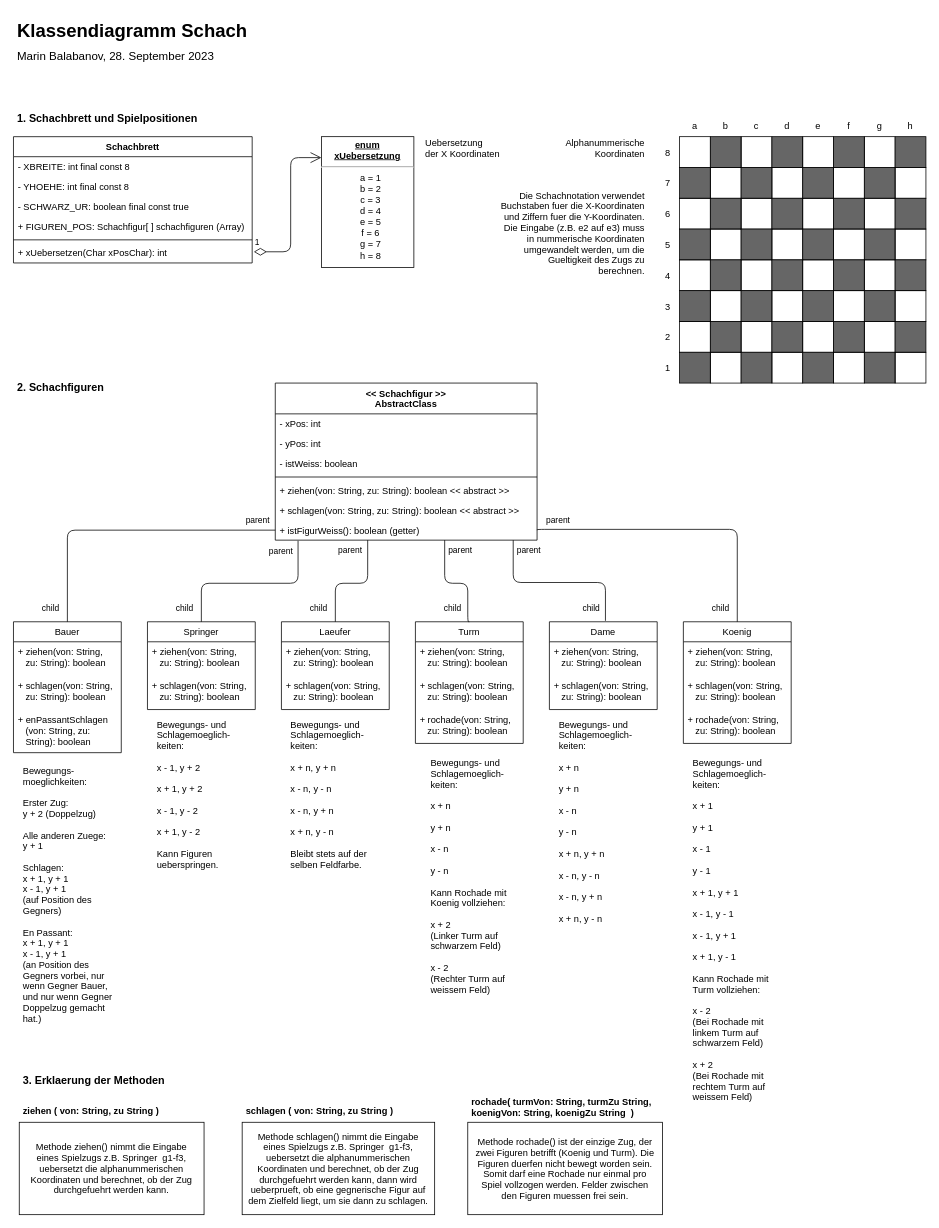
Above: ChessUML.drawio in mbalabanov/ChessUML (draw.io), before the change. Source tidied: cells renumbered, new cells numbered last; positions are measured from the earlier drawing's top-left corner, leaving out a move shared by most shapes. Both pictures are drawn from the tidied source at 77%, with x=0, y=0 at pixel (13, 13).
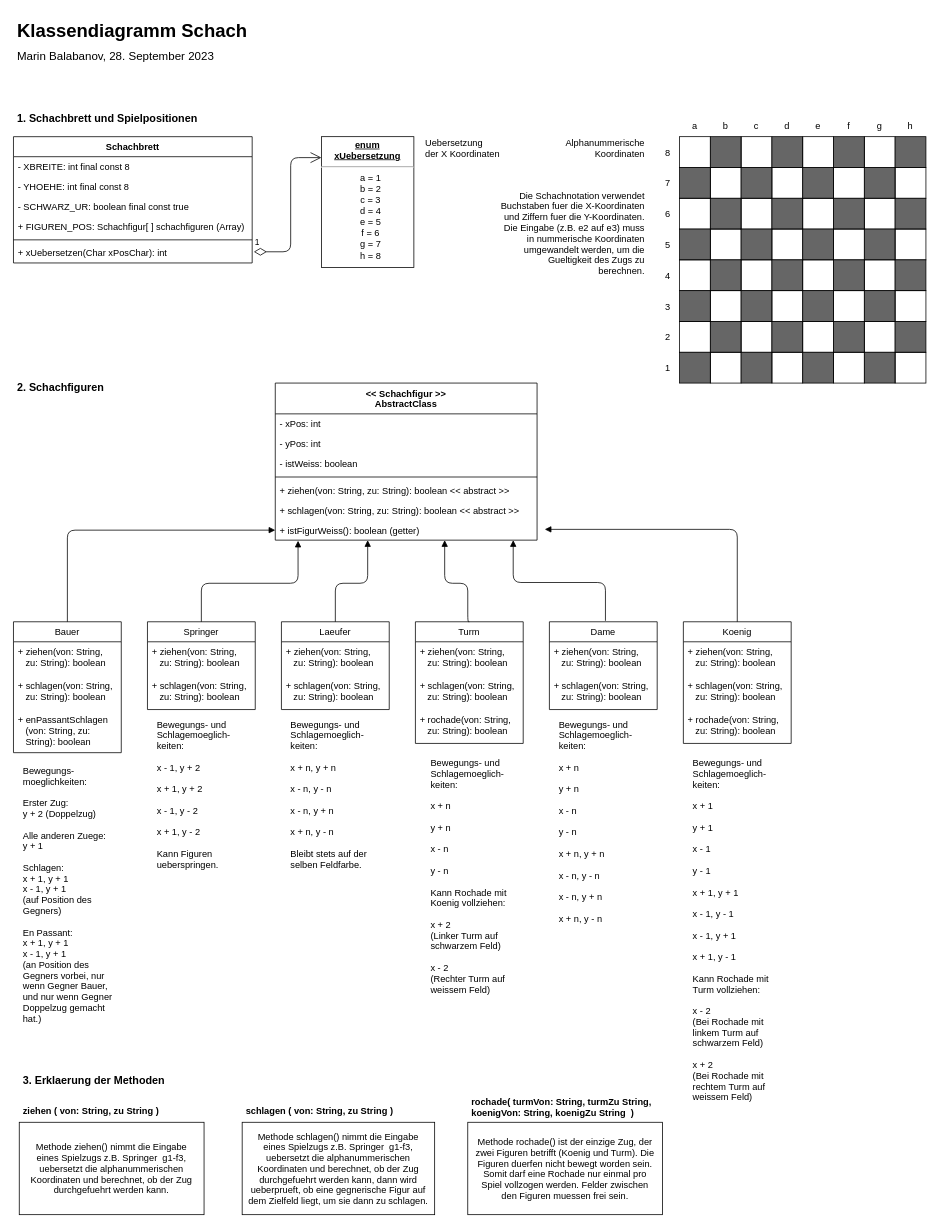
Above is the later version.

The change refers to these unchanged cells:
```xml
<mxCell id="9" value="+ istFigurWeiss(): boolean (getter)" style="text;strokeColor=none;fillColor=none;align=left;verticalAlign=top;spacingLeft=4;spacingRight=4;overflow=hidden;points=[[0,0.5],[1,0.5]];portConstraint=eastwest;" parent="2" vertex="1">
  <mxGeometry y="178" width="340" height="26" as="geometry" />
</mxCell>
<mxCell id="12" value="Bauer" style="swimlane;fontStyle=0;horizontal=1;startSize=26;fillColor=none;flipH=1;" parent="1" vertex="1">
  <mxGeometry y="790" width="140" height="170" as="geometry" />
</mxCell>
<mxCell id="16" value="Springer" style="swimlane;fontStyle=0;horizontal=1;startSize=26;fillColor=none;flipH=1;" parent="1" vertex="1">
  <mxGeometry x="174" y="790" width="140" height="114" as="geometry" />
</mxCell>
<mxCell id="19" value="Laeufer" style="swimlane;fontStyle=0;horizontal=1;startSize=26;fillColor=none;flipH=1;" parent="1" vertex="1">
  <mxGeometry x="348" y="790" width="140" height="114" as="geometry" />
</mxCell>
<mxCell id="22" value="Turm" style="swimlane;fontStyle=0;horizontal=1;startSize=26;fillColor=none;flipH=1;" parent="1" vertex="1">
  <mxGeometry x="522" y="790" width="140" height="158" as="geometry" />
</mxCell>
<mxCell id="26" value="Dame" style="swimlane;fontStyle=0;horizontal=1;startSize=26;fillColor=none;flipH=1;" parent="1" vertex="1">
  <mxGeometry x="696" y="790" width="140" height="114" as="geometry" />
</mxCell>
<mxCell id="29" value="Koenig" style="swimlane;fontStyle=0;horizontal=1;startSize=26;fillColor=none;flipH=1;" parent="1" vertex="1">
  <mxGeometry x="870" y="790" width="140" height="158" as="geometry" />
</mxCell>
```

Diff of the diagram source:
```diff
@@
-    <mxCell id="33" style="endArrow=none;html=1;edgeStyle=orthogonalEdgeStyle;entryX=0.5;entryY=0;entryDx=0;entryDy=0;exitX=0;exitY=0.5;exitDx=0;exitDy=0;" parent="1" edge="1" source="9" target="12">
+    <mxCell id="33" style="endArrow=none;html=1;edgeStyle=orthogonalEdgeStyle;entryX=0.5;entryY=0;entryDx=0;entryDy=0;exitX=0;exitY=0.5;exitDx=0;exitDy=0;startArrow=block;startFill=1;" parent="1" edge="1" source="9" target="12">
       <mxGeometry relative="1" as="geometry" />
     </mxCell>
-    <mxCell id="34" value="parent" style="edgeLabel;html=1;align=left;verticalAlign=bottom;" parent="33" vertex="1">
-      <mxGeometry x="-1" relative="1" as="geometry">
-        <mxPoint x="-40" y="-5" as="offset" />
-      </mxGeometry>
-    </mxCell>
-    <mxCell id="35" value="child" style="edgeLabel;html=1;align=right;verticalAlign=bottom;" parent="33" vertex="1">
-      <mxGeometry x="1" relative="1" as="geometry">
-        <mxPoint x="-10" y="-10" as="offset" />
-      </mxGeometry>
-    </mxCell>
-    <mxCell id="36" style="endArrow=none;html=1;edgeStyle=orthogonalEdgeStyle;entryX=0.5;entryY=0;entryDx=0;entryDy=0;exitX=0.087;exitY=1.03;exitDx=0;exitDy=0;exitPerimeter=0;" parent="1" edge="1" source="9" target="16">
+    <mxCell id="36" style="endArrow=none;html=1;edgeStyle=orthogonalEdgeStyle;entryX=0.5;entryY=0;entryDx=0;entryDy=0;exitX=0.087;exitY=1.03;exitDx=0;exitDy=0;exitPerimeter=0;startArrow=block;startFill=1;" parent="1" edge="1" source="9" target="16">
       <mxGeometry relative="1" as="geometry">
         <Array as="points">
           <mxPoint x="370" y="740" />
           <mxPoint x="244" y="740" />
         </Array>
       </mxGeometry>
     </mxCell>
-    <mxCell id="37" value="parent" style="edgeLabel;html=1;align=left;verticalAlign=bottom;" parent="36" vertex="1">
-      <mxGeometry x="-1" relative="1" as="geometry">
-        <mxPoint x="-40" y="21" as="offset" />
-      </mxGeometry>
-    </mxCell>
-    <mxCell id="38" value="child" style="edgeLabel;html=1;align=right;verticalAlign=bottom;" parent="36" vertex="1">
-      <mxGeometry x="1" relative="1" as="geometry">
-        <mxPoint x="-10" y="-10" as="offset" />
-      </mxGeometry>
-    </mxCell>
-    <mxCell id="39" style="endArrow=none;html=1;edgeStyle=orthogonalEdgeStyle;entryX=0.5;entryY=0;entryDx=0;entryDy=0;exitX=0.353;exitY=1;exitDx=0;exitDy=0;exitPerimeter=0;" parent="1" edge="1" source="9" target="19">
+    <mxCell id="39" style="endArrow=none;html=1;edgeStyle=orthogonalEdgeStyle;entryX=0.5;entryY=0;entryDx=0;entryDy=0;exitX=0.353;exitY=1;exitDx=0;exitDy=0;exitPerimeter=0;startArrow=block;startFill=1;" parent="1" edge="1" source="9" target="19">
       <mxGeometry relative="1" as="geometry">
         <Array as="points">
           <mxPoint x="460" y="740" />
           <mxPoint x="418" y="740" />
         </Array>
       </mxGeometry>
     </mxCell>
-    <mxCell id="40" value="parent" style="edgeLabel;html=1;align=left;verticalAlign=bottom;" parent="39" vertex="1">
-      <mxGeometry x="-1" relative="1" as="geometry">
-        <mxPoint x="-40" y="21" as="offset" />
-      </mxGeometry>
-    </mxCell>
-    <mxCell id="41" value="child" style="edgeLabel;html=1;align=right;verticalAlign=bottom;" parent="39" vertex="1">
-      <mxGeometry x="1" relative="1" as="geometry">
-        <mxPoint x="-10" y="-10" as="offset" />
-      </mxGeometry>
-    </mxCell>
-    <mxCell id="42" style="endArrow=none;html=1;edgeStyle=orthogonalEdgeStyle;entryX=0.5;entryY=0;entryDx=0;entryDy=0;" parent="1" edge="1" source="9" target="22">
+    <mxCell id="42" style="endArrow=none;html=1;edgeStyle=orthogonalEdgeStyle;entryX=0.5;entryY=0;entryDx=0;entryDy=0;startArrow=block;startFill=1;" parent="1" edge="1" source="9" target="22">
       <mxGeometry relative="1" as="geometry">
         <Array as="points">
           <mxPoint x="560" y="740" />
           <mxPoint x="590" y="740" />
           <mxPoint x="590" y="790" />
         </Array>
       </mxGeometry>
     </mxCell>
-    <mxCell id="43" value="parent" style="edgeLabel;html=1;align=left;verticalAlign=bottom;" parent="42" vertex="1">
-      <mxGeometry x="-1" relative="1" as="geometry">
-        <mxPoint x="3" y="21" as="offset" />
-      </mxGeometry>
-    </mxCell>
-    <mxCell id="44" value="child" style="edgeLabel;html=1;align=right;verticalAlign=bottom;" parent="42" vertex="1">
-      <mxGeometry x="1" relative="1" as="geometry">
-        <mxPoint x="-10" y="-10" as="offset" />
-      </mxGeometry>
-    </mxCell>
-    <mxCell id="45" style="endArrow=none;html=1;edgeStyle=orthogonalEdgeStyle;entryX=0.5;entryY=0;entryDx=0;entryDy=0;exitX=1;exitY=0.5;exitDx=0;exitDy=0;" parent="1" edge="1" source="9" target="29">
+    <mxCell id="45" style="endArrow=none;html=1;edgeStyle=orthogonalEdgeStyle;entryX=0.5;entryY=0;entryDx=0;entryDy=0;startArrow=block;startFill=1;" parent="1" edge="1" target="29">
       <mxGeometry relative="1" as="geometry">
+        <mxPoint x="690" y="670" as="sourcePoint" />
         <Array as="points">
           <mxPoint x="940" y="670" />
         </Array>
       </mxGeometry>
     </mxCell>
-    <mxCell id="46" value="parent" style="edgeLabel;html=1;align=left;verticalAlign=bottom;" parent="45" vertex="1">
-      <mxGeometry x="-1" relative="1" as="geometry">
-        <mxPoint x="10" y="-5" as="offset" />
-      </mxGeometry>
-    </mxCell>
-    <mxCell id="47" value="child" style="edgeLabel;html=1;align=right;verticalAlign=bottom;" parent="45" vertex="1">
-      <mxGeometry x="1" relative="1" as="geometry">
-        <mxPoint x="-10" y="-10" as="offset" />
-      </mxGeometry>
-    </mxCell>
@@
-    <mxCell id="56" style="endArrow=none;html=1;edgeStyle=orthogonalEdgeStyle;entryX=0.48;entryY=-0.011;entryDx=0;entryDy=0;entryPerimeter=0;" parent="1" edge="1" source="9" target="26">
+    <mxCell id="56" style="endArrow=none;html=1;edgeStyle=orthogonalEdgeStyle;entryX=0.48;entryY=-0.011;entryDx=0;entryDy=0;entryPerimeter=0;startArrow=block;startFill=1;" parent="1" edge="1" source="9" target="26">
       <mxGeometry relative="1" as="geometry">
         <Array as="points">
           <mxPoint x="649" y="739" />
           <mxPoint x="769" y="739" />
         </Array>
       </mxGeometry>
     </mxCell>
-    <mxCell id="57" value="parent" style="edgeLabel;html=1;align=left;verticalAlign=bottom;" parent="56" vertex="1">
-      <mxGeometry x="-1" relative="1" as="geometry">
-        <mxPoint x="3" y="21" as="offset" />
-      </mxGeometry>
-    </mxCell>
-    <mxCell id="58" value="child" style="edgeLabel;html=1;align=right;verticalAlign=bottom;" parent="56" vertex="1">
-      <mxGeometry x="1" relative="1" as="geometry">
-        <mxPoint x="-7" y="-9" as="offset" />
-      </mxGeometry>
-    </mxCell>
```
